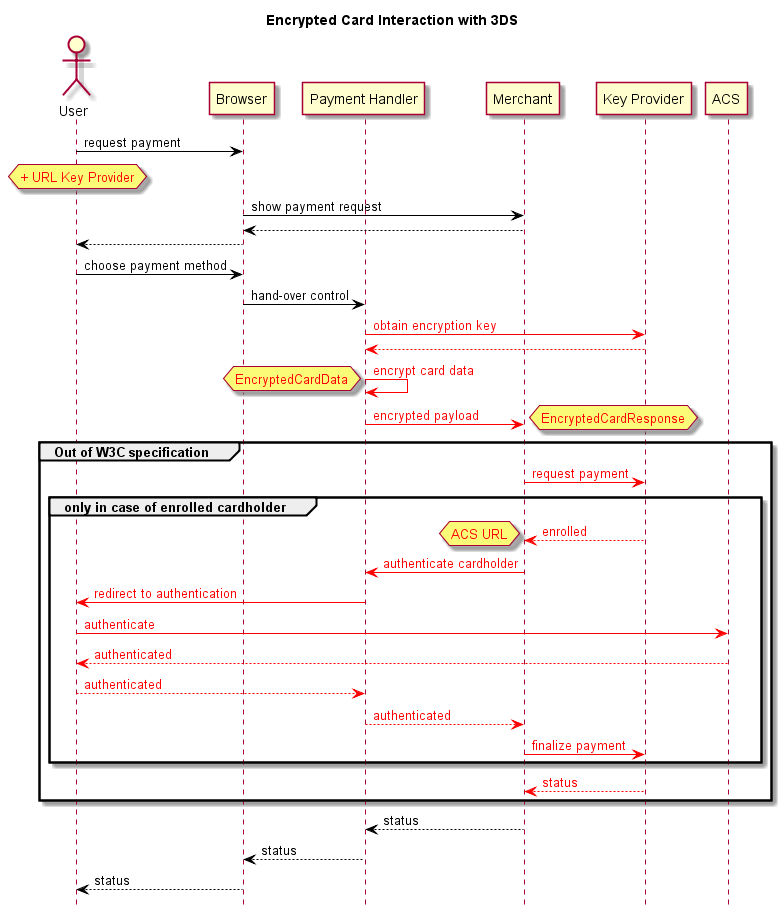
lyra-labs/poc-w3c-webpayments keeps this PlantUML diagram as sequence-diagram.png. Above is the earlier version.
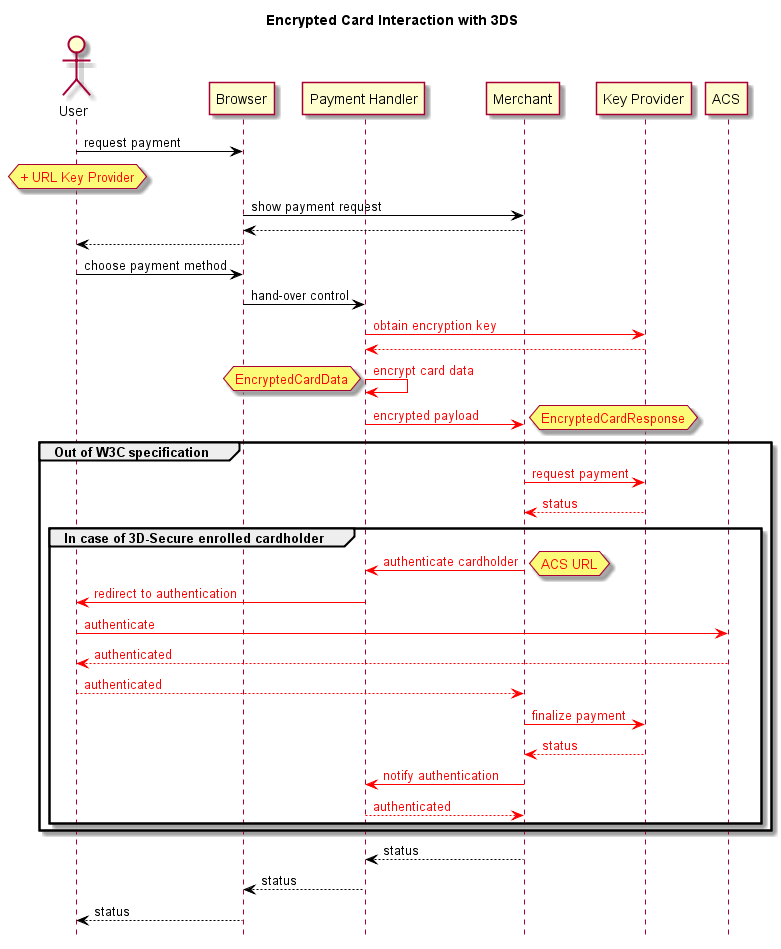
The same file after the commit.

Commit message:
Update sequence diagram according effective scenario.

Change to the diagram source:
```diff
@@ -29,20 +29,21 @@
 
 group Out of W3C specification
 D -[#red]> E : <color #red>request payment</color>
+E --[#red]> D : <color #red>status</color>
 
-group only in case of enrolled cardholder
-E --[#red]> D : <color #red>enrolled</color>
-hnote left : <color #red>ACS URL</color>
+group In case of 3D-Secure enrolled cardholder
 D -[#red]> C : <color #red>authenticate cardholder</color>
+hnote right : <color #red>ACS URL</color>
 C -[#red]> A : <color #red>redirect to authentication</color>
 A -[#red]> G : <color #red>authenticate</color>
 G --[#red]> A: <color #red>authenticated</color>
-A --[#red]> C: <color #red>authenticated</color>
+A --[#red]> D: <color #red>authenticated</color>
+D -[#red]> E : <color #red>finalize payment</color>
+E --[#red]> D : <color #red>status</color>
+D -[#red]> C: <color #red>notify authentication</color>
 C --[#red]> D: <color #red>authenticated</color>
-D -[#red]> E : <color #red>finalize payment</color>
 end group
 
-E --[#red]> D : <color #red>status</color>
 end group
 
 D --> C : status
```
